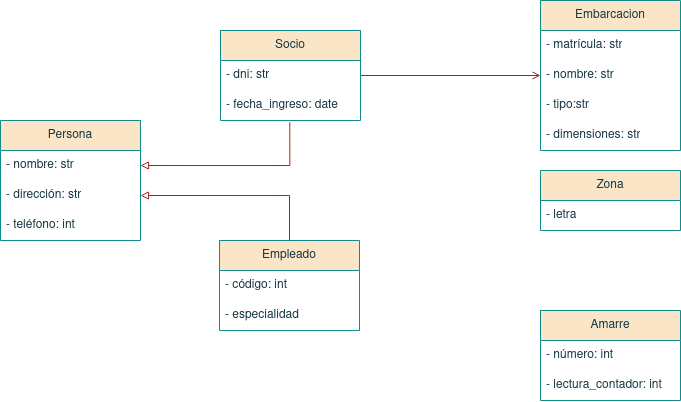
This is Tema 5. Diagramas de clase/ClubNautico.drawio.png from colidom/ets, a draw.io export, as it was before one commit. Source tidied: cells renumbered, new cells last; positions are measured from the earlier drawing's top-left corner, leaving out a move shared by most shapes. Source of this version:
```xml
<mxGraphModel>
  <root>
    <mxCell id="0" />
    <mxCell id="1" parent="0" />
    <mxCell id="2" style="edgeStyle=orthogonalEdgeStyle;rounded=0;jettySize=auto;html=1;strokeColor=#A8201A;fontColor=#143642;fillColor=#FAE5C7;entryX=0;entryY=0.5;entryDx=0;entryDy=0;endArrow=open;endFill=0;" parent="1" edge="1" source="3" target="17">
      <mxGeometry relative="1" as="geometry" />
    </mxCell>
    <mxCell id="3" value="Socio" style="swimlane;fontStyle=0;horizontal=1;startSize=30;whiteSpace=wrap;html=1;strokeColor=#0F8B8D;fontColor=#143642;fillColor=#FAE5C7;" parent="1" vertex="1">
      <mxGeometry x="220" y="30" width="140" height="90" as="geometry" />
    </mxCell>
    <mxCell id="4" value="- dni: str" style="text;strokeColor=none;fillColor=none;align=left;verticalAlign=middle;spacingLeft=4;spacingRight=4;overflow=hidden;whiteSpace=wrap;html=1;fontColor=#143642;" parent="3" vertex="1">
      <mxGeometry y="30" width="140" height="30" as="geometry" />
    </mxCell>
    <mxCell id="5" value="- fecha_ingreso: date" style="text;strokeColor=none;fillColor=none;align=left;verticalAlign=middle;spacingLeft=4;spacingRight=4;overflow=hidden;points=[[0,0.5],[1,0.5]];portConstraint=eastwest;whiteSpace=wrap;html=1;fontColor=#143642;" parent="3" vertex="1">
      <mxGeometry y="60" width="140" height="30" as="geometry" />
    </mxCell>
    <mxCell id="6" value="Persona" style="swimlane;fontStyle=0;horizontal=1;startSize=30;whiteSpace=wrap;html=1;strokeColor=#0F8B8D;fontColor=#143642;fillColor=#FAE5C7;" parent="1" vertex="1">
      <mxGeometry y="120" width="140" height="120" as="geometry" />
    </mxCell>
    <mxCell id="7" value="- nombre: str" style="text;strokeColor=none;fillColor=none;align=left;verticalAlign=middle;spacingLeft=4;spacingRight=4;overflow=hidden;points=[[0,0.5],[1,0.5]];portConstraint=eastwest;whiteSpace=wrap;html=1;fontColor=#143642;" parent="6" vertex="1">
      <mxGeometry y="30" width="140" height="30" as="geometry" />
    </mxCell>
    <mxCell id="8" value="- dirección: str" style="text;strokeColor=none;fillColor=none;align=left;verticalAlign=middle;spacingLeft=4;spacingRight=4;overflow=hidden;points=[[0,0.5],[1,0.5]];portConstraint=eastwest;whiteSpace=wrap;html=1;fontColor=#143642;" parent="6" vertex="1">
      <mxGeometry y="60" width="140" height="30" as="geometry" />
    </mxCell>
    <mxCell id="9" value="- teléfono: int" style="text;strokeColor=none;fillColor=none;align=left;verticalAlign=middle;spacingLeft=4;spacingRight=4;overflow=hidden;whiteSpace=wrap;html=1;fontColor=#143642;" parent="6" vertex="1">
      <mxGeometry y="90" width="140" height="30" as="geometry" />
    </mxCell>
    <mxCell id="10" value="Empleado" style="swimlane;fontStyle=0;horizontal=1;startSize=30;whiteSpace=wrap;html=1;strokeColor=#0F8B8D;fontColor=#143642;fillColor=#FAE5C7;" parent="1" vertex="1">
      <mxGeometry x="219" y="240" width="140" height="90" as="geometry" />
    </mxCell>
    <mxCell id="11" value="- código: int" style="text;strokeColor=none;fillColor=none;align=left;verticalAlign=middle;spacingLeft=4;spacingRight=4;overflow=hidden;whiteSpace=wrap;html=1;fontColor=#143642;" parent="10" vertex="1">
      <mxGeometry y="30" width="140" height="30" as="geometry" />
    </mxCell>
    <mxCell id="12" value="- especialidad" style="text;strokeColor=none;fillColor=none;align=left;verticalAlign=middle;spacingLeft=4;spacingRight=4;overflow=hidden;whiteSpace=wrap;html=1;fontColor=#143642;" parent="10" vertex="1">
      <mxGeometry y="60" width="140" height="30" as="geometry" />
    </mxCell>
    <mxCell id="13" style="endArrow=block;html=1;rounded=0;strokeColor=#A8201A;fontColor=#143642;fillColor=#FAE5C7;entryX=1;entryY=0.5;entryDx=0;entryDy=0;exitX=0.5;exitY=0;exitDx=0;exitDy=0;edgeStyle=orthogonalEdgeStyle;endFill=0;" parent="1" edge="1" source="10" target="8">
      <mxGeometry relative="1" as="geometry" />
    </mxCell>
    <mxCell id="14" style="endArrow=block;html=1;rounded=0;strokeColor=#A8201A;fontColor=#143642;fillColor=#FAE5C7;entryX=1;entryY=0.5;entryDx=0;entryDy=0;exitX=0.495;exitY=1.056;exitDx=0;exitDy=0;exitPerimeter=0;edgeStyle=orthogonalEdgeStyle;endFill=0;" parent="1" edge="1" source="5" target="7">
      <mxGeometry relative="1" as="geometry">
        <Array as="points">
          <mxPoint x="289" y="165" />
        </Array>
      </mxGeometry>
    </mxCell>
    <mxCell id="15" value="Embarcacion" style="swimlane;fontStyle=0;horizontal=1;startSize=30;whiteSpace=wrap;html=1;strokeColor=#0F8B8D;fontColor=#143642;fillColor=#FAE5C7;" parent="1" vertex="1">
      <mxGeometry x="540" width="140" height="150" as="geometry" />
    </mxCell>
    <mxCell id="16" value="- matrícula: str" style="text;strokeColor=none;fillColor=none;align=left;verticalAlign=middle;spacingLeft=4;spacingRight=4;overflow=hidden;whiteSpace=wrap;html=1;fontColor=#143642;" parent="15" vertex="1">
      <mxGeometry y="30" width="140" height="30" as="geometry" />
    </mxCell>
    <mxCell id="17" value="- nombre: str" style="text;strokeColor=none;fillColor=none;align=left;verticalAlign=middle;spacingLeft=4;spacingRight=4;overflow=hidden;points=[[0,0.5],[1,0.5]];portConstraint=eastwest;whiteSpace=wrap;html=1;fontColor=#143642;" parent="15" vertex="1">
      <mxGeometry y="60" width="140" height="30" as="geometry" />
    </mxCell>
    <mxCell id="18" value="- tipo:str" style="text;strokeColor=none;fillColor=none;align=left;verticalAlign=middle;spacingLeft=4;spacingRight=4;overflow=hidden;whiteSpace=wrap;html=1;fontColor=#143642;" parent="15" vertex="1">
      <mxGeometry y="90" width="140" height="30" as="geometry" />
    </mxCell>
    <mxCell id="19" value="- dimensiones: str" style="text;strokeColor=none;fillColor=none;align=left;verticalAlign=middle;spacingLeft=4;spacingRight=4;overflow=hidden;whiteSpace=wrap;html=1;fontColor=#143642;" parent="15" vertex="1">
      <mxGeometry y="120" width="140" height="30" as="geometry" />
    </mxCell>
    <mxCell id="20" value="Amarre" style="swimlane;fontStyle=0;horizontal=1;startSize=30;whiteSpace=wrap;html=1;strokeColor=#0F8B8D;fontColor=#143642;fillColor=#FAE5C7;" parent="1" vertex="1">
      <mxGeometry x="540" y="310" width="140" height="90" as="geometry" />
    </mxCell>
    <mxCell id="21" value="- número: int" style="text;strokeColor=none;fillColor=none;align=left;verticalAlign=middle;spacingLeft=4;spacingRight=4;overflow=hidden;whiteSpace=wrap;html=1;fontColor=#143642;" parent="20" vertex="1">
      <mxGeometry y="30" width="140" height="30" as="geometry" />
    </mxCell>
    <mxCell id="22" value="- lectura_contador: int" style="text;strokeColor=none;fillColor=none;align=left;verticalAlign=middle;spacingLeft=4;spacingRight=4;overflow=hidden;whiteSpace=wrap;html=1;fontColor=#143642;" parent="20" vertex="1">
      <mxGeometry y="60" width="140" height="30" as="geometry" />
    </mxCell>
    <mxCell id="23" value="Zona" style="swimlane;fontStyle=0;horizontal=1;startSize=30;whiteSpace=wrap;html=1;strokeColor=#0F8B8D;fontColor=#143642;fillColor=#FAE5C7;" parent="1" vertex="1">
      <mxGeometry x="540" y="170" width="140" height="60" as="geometry" />
    </mxCell>
    <mxCell id="24" value="- letra" style="text;strokeColor=none;fillColor=none;align=left;verticalAlign=middle;spacingLeft=4;spacingRight=4;overflow=hidden;points=[[0,0.5],[1,0.5]];portConstraint=eastwest;whiteSpace=wrap;html=1;fontColor=#143642;" parent="23" vertex="1">
      <mxGeometry y="30" width="140" height="30" as="geometry" />
    </mxCell>
  </root>
</mxGraphModel>
```
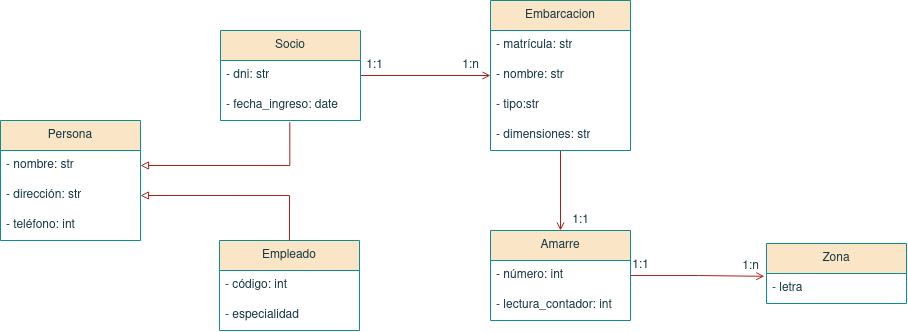
After the commit.

The edit, as a diff of the source:
```diff
@@ -45,8 +45,11 @@
         </Array>
       </mxGeometry>
     </mxCell>
+    <mxCell id="25" style="edgeStyle=orthogonalEdgeStyle;rounded=0;jettySize=auto;html=1;strokeColor=#A8201A;fontColor=#143642;endArrow=open;endFill=0;fillColor=#FAE5C7;entryX=0.5;entryY=0;entryDx=0;entryDy=0;" parent="1" edge="1" source="15" target="20">
+      <mxGeometry relative="1" as="geometry" />
+    </mxCell>
     <mxCell id="15" value="Embarcacion" style="swimlane;fontStyle=0;horizontal=1;startSize=30;whiteSpace=wrap;html=1;strokeColor=#0F8B8D;fontColor=#143642;fillColor=#FAE5C7;" parent="1" vertex="1">
-      <mxGeometry x="540" width="140" height="150" as="geometry" />
+      <mxGeometry x="490" width="140" height="150" as="geometry" />
     </mxCell>
     <mxCell id="16" value="- matrícula: str" style="text;strokeColor=none;fillColor=none;align=left;verticalAlign=middle;spacingLeft=4;spacingRight=4;overflow=hidden;whiteSpace=wrap;html=1;fontColor=#143642;" parent="15" vertex="1">
       <mxGeometry y="30" width="140" height="30" as="geometry" />
@@ -60,8 +63,11 @@
     <mxCell id="19" value="- dimensiones: str" style="text;strokeColor=none;fillColor=none;align=left;verticalAlign=middle;spacingLeft=4;spacingRight=4;overflow=hidden;whiteSpace=wrap;html=1;fontColor=#143642;" parent="15" vertex="1">
       <mxGeometry y="120" width="140" height="30" as="geometry" />
     </mxCell>
+    <mxCell id="26" style="edgeStyle=orthogonalEdgeStyle;rounded=0;jettySize=auto;html=1;strokeColor=#A8201A;fontColor=#143642;endArrow=open;endFill=0;fillColor=#FAE5C7;entryX=-0.015;entryY=0.093;entryDx=0;entryDy=0;entryPerimeter=0;" parent="1" edge="1" source="20" target="24">
+      <mxGeometry relative="1" as="geometry" />
+    </mxCell>
     <mxCell id="20" value="Amarre" style="swimlane;fontStyle=0;horizontal=1;startSize=30;whiteSpace=wrap;html=1;strokeColor=#0F8B8D;fontColor=#143642;fillColor=#FAE5C7;" parent="1" vertex="1">
-      <mxGeometry x="540" y="310" width="140" height="90" as="geometry" />
+      <mxGeometry x="490" y="230" width="140" height="90" as="geometry" />
     </mxCell>
     <mxCell id="21" value="- número: int" style="text;strokeColor=none;fillColor=none;align=left;verticalAlign=middle;spacingLeft=4;spacingRight=4;overflow=hidden;whiteSpace=wrap;html=1;fontColor=#143642;" parent="20" vertex="1">
       <mxGeometry y="30" width="140" height="30" as="geometry" />
@@ -70,10 +76,25 @@
       <mxGeometry y="60" width="140" height="30" as="geometry" />
     </mxCell>
     <mxCell id="23" value="Zona" style="swimlane;fontStyle=0;horizontal=1;startSize=30;whiteSpace=wrap;html=1;strokeColor=#0F8B8D;fontColor=#143642;fillColor=#FAE5C7;" parent="1" vertex="1">
-      <mxGeometry x="540" y="170" width="140" height="60" as="geometry" />
+      <mxGeometry x="766" y="243" width="140" height="60" as="geometry" />
     </mxCell>
     <mxCell id="24" value="- letra" style="text;strokeColor=none;fillColor=none;align=left;verticalAlign=middle;spacingLeft=4;spacingRight=4;overflow=hidden;points=[[0,0.5],[1,0.5]];portConstraint=eastwest;whiteSpace=wrap;html=1;fontColor=#143642;" parent="23" vertex="1">
       <mxGeometry y="30" width="140" height="30" as="geometry" />
     </mxCell>
+    <mxCell id="27" value="1:n" style="text;html=1;align=center;verticalAlign=middle;strokeColor=none;fillColor=none;fontColor=#143642;" parent="1" vertex="1">
+      <mxGeometry x="450" y="50" width="40" height="30" as="geometry" />
+    </mxCell>
+    <mxCell id="28" value="1:1" style="text;html=1;align=center;verticalAlign=middle;strokeColor=none;fillColor=none;fontColor=#143642;" parent="1" vertex="1">
+      <mxGeometry x="354" y="50" width="40" height="30" as="geometry" />
+    </mxCell>
+    <mxCell id="29" value="1:1" style="text;html=1;align=center;verticalAlign=middle;strokeColor=none;fillColor=none;fontColor=#143642;" parent="1" vertex="1">
+      <mxGeometry x="560" y="205" width="40" height="30" as="geometry" />
+    </mxCell>
+    <mxCell id="30" value="1:1" style="text;html=1;align=center;verticalAlign=middle;strokeColor=none;fillColor=none;fontColor=#143642;" parent="1" vertex="1">
+      <mxGeometry x="620" y="250" width="40" height="30" as="geometry" />
+    </mxCell>
+    <mxCell id="31" value="1:n" style="text;html=1;align=center;verticalAlign=middle;strokeColor=none;fillColor=none;fontColor=#143642;" parent="1" vertex="1">
+      <mxGeometry x="730" y="251" width="40" height="30" as="geometry" />
+    </mxCell>
   </root>
 </mxGraphModel>
```
